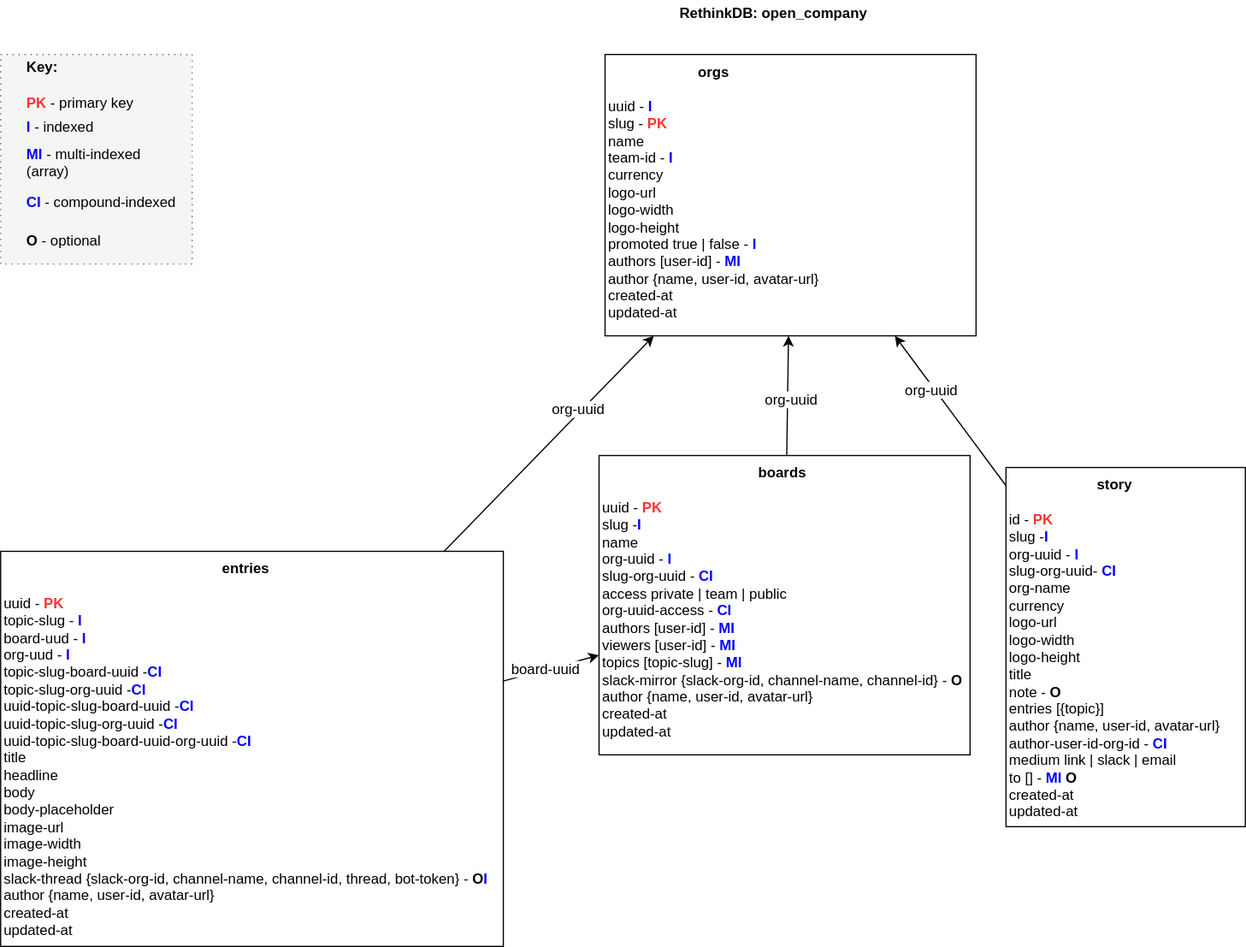
open-company/open-company-storage keeps this draw.io diagram as docs/Storage-Schema.svg. Above is the earlier version. Source tidied: cells renumbered, new cells last; positions are measured from the earlier drawing's top-left corner, leaving out a move shared by most shapes.
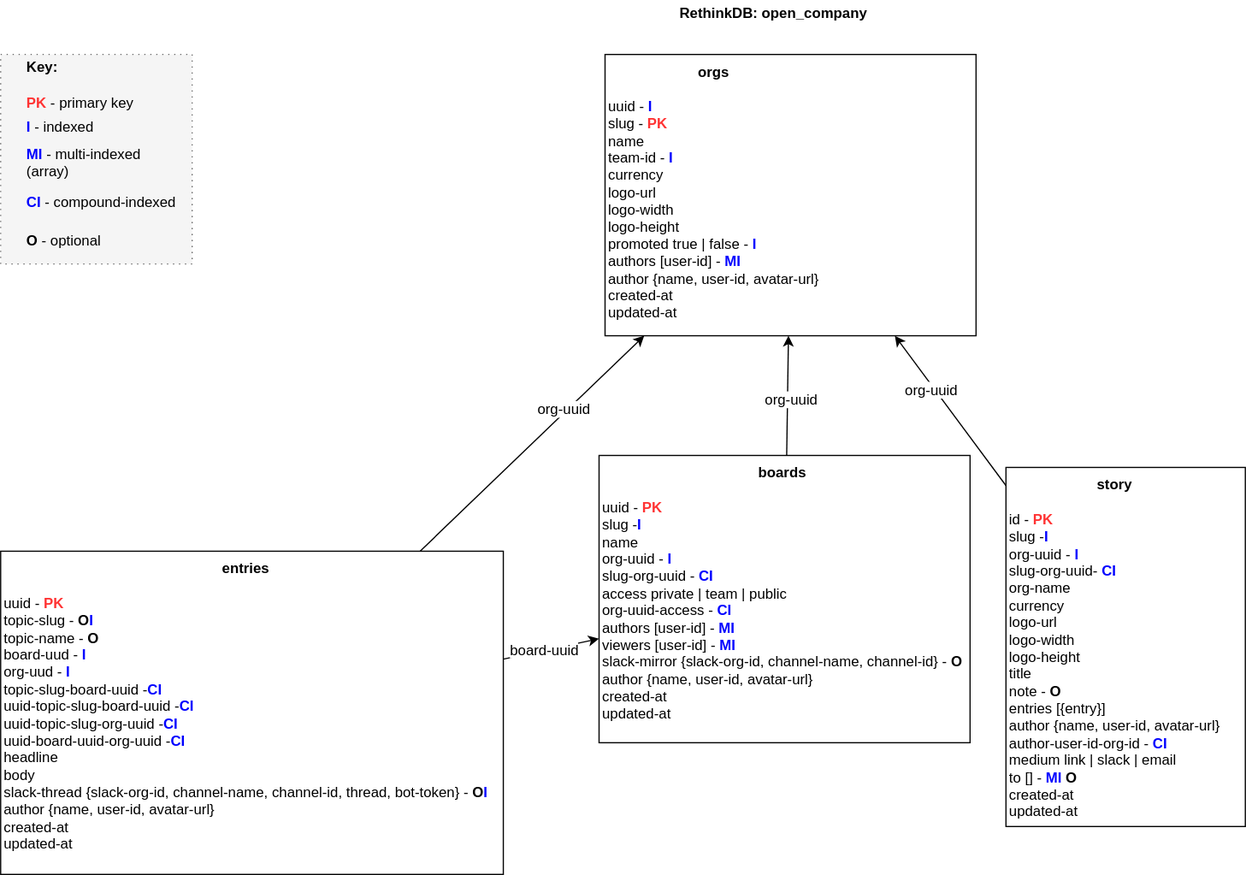
Later version of the same file.

Commit message:
Reset DB schema.

Diff of the diagram source:
```diff
@@ -8,8 +8,8 @@
     <mxCell id="3" value="&lt;div style=&quot;text-align: center&quot;&gt;&lt;font color=&quot;#000000&quot;&gt;&lt;b&gt;orgs&lt;/b&gt;&lt;/font&gt;&lt;/div&gt;&lt;div&gt;&lt;font color=&quot;#000000&quot;&gt;&lt;br&gt;&lt;/font&gt;&lt;/div&gt;&lt;div&gt;uuid - &lt;b&gt;&lt;font color=&quot;#0000ff&quot;&gt;I&lt;/font&gt;&lt;/b&gt;&lt;/div&gt;&lt;div&gt;&lt;font color=&quot;#000000&quot;&gt;slug -&amp;nbsp;&lt;/font&gt;&lt;font color=&quot;#ff3333&quot;&gt;&lt;b&gt;PK&lt;/b&gt;&lt;/font&gt;&lt;/div&gt;&lt;div&gt;&lt;font color=&quot;#000000&quot;&gt;name&lt;/font&gt;&lt;/div&gt;&lt;div&gt;&lt;font color=&quot;#000000&quot;&gt;team-id -&amp;nbsp;&lt;/font&gt;&lt;font color=&quot;#0000ff&quot;&gt;&lt;b&gt;I&lt;/b&gt;&lt;/font&gt;&lt;/div&gt;&lt;div&gt;currency&lt;/div&gt;&lt;div&gt;logo-url&lt;/div&gt;&lt;div&gt;logo-width&lt;/div&gt;&lt;div&gt;logo-height&lt;/div&gt;&lt;div&gt;&lt;div&gt;promoted true | false -&amp;nbsp;&lt;b&gt;&lt;font color=&quot;#0000ff&quot;&gt;I&lt;/font&gt;&lt;/b&gt;&lt;/div&gt;&lt;/div&gt;&lt;div&gt;&lt;span&gt;authors [user-id] - &lt;/span&gt;&lt;b&gt;&lt;font color=&quot;#0000ff&quot;&gt;MI&lt;/font&gt;&lt;/b&gt;&lt;br&gt;&lt;/div&gt;&lt;div&gt;author {name, user-id, avatar-url}&lt;/div&gt;&lt;div&gt;&lt;span&gt;created-at&lt;/span&gt;&lt;br&gt;&lt;/div&gt;&lt;div&gt;&lt;font color=&quot;#000000&quot;&gt;updated-at&lt;/font&gt;&lt;/div&gt;" style="whiteSpace=wrap;html=1;fontSize=12;fontColor=#000000;align=left;verticalAlign=top;" parent="1" vertex="1">
       <mxGeometry x="505" y="45" width="310" height="235" as="geometry" />
     </mxCell>
-    <mxCell id="4" value="&lt;div style=&quot;text-align: center&quot;&gt;&lt;div style=&quot;text-align: center&quot;&gt;&lt;div&gt;&lt;font color=&quot;#000000&quot;&gt;&lt;b&gt;boards&lt;/b&gt;&lt;/font&gt;&lt;/div&gt;&lt;div&gt;&lt;font color=&quot;#000000&quot;&gt;&lt;br&gt;&lt;/font&gt;&lt;/div&gt;&lt;div style=&quot;text-align: left&quot;&gt;&lt;font color=&quot;#000000&quot;&gt;uuid -&amp;nbsp;&lt;/font&gt;&lt;font color=&quot;#ff3333&quot;&gt;&lt;b&gt;PK&lt;/b&gt;&lt;/font&gt;&lt;br&gt;&lt;/div&gt;&lt;div style=&quot;text-align: left&quot;&gt;slug -&lt;b&gt;&lt;font color=&quot;#0000ff&quot;&gt;I&lt;/font&gt;&lt;/b&gt;&lt;/div&gt;&lt;div style=&quot;text-align: left&quot;&gt;&lt;font color=&quot;#000000&quot;&gt;name&lt;/font&gt;&lt;/div&gt;&lt;div style=&quot;text-align: left&quot;&gt;&lt;font color=&quot;#000000&quot;&gt;org-uuid -&amp;nbsp;&lt;/font&gt;&lt;font color=&quot;#0000ff&quot;&gt;&lt;b&gt;I&lt;/b&gt;&lt;/font&gt;&lt;/div&gt;&lt;div style=&quot;text-align: left&quot;&gt;slug-org-uuid -&lt;b&gt;&amp;nbsp;&lt;font color=&quot;#0000ff&quot;&gt;CI&lt;/font&gt;&lt;/b&gt;&lt;/div&gt;&lt;div style=&quot;text-align: left&quot;&gt;access private | team | public&lt;/div&gt;&lt;div style=&quot;text-align: left&quot;&gt;org-uuid-access -&amp;nbsp;&lt;b&gt;&lt;font color=&quot;#0000ff&quot;&gt;CI&lt;/font&gt;&lt;/b&gt;&lt;/div&gt;&lt;div style=&quot;text-align: left&quot;&gt;&lt;span&gt;authors&amp;nbsp;&lt;/span&gt;&lt;span&gt;[user-id] -&amp;nbsp;&lt;/span&gt;&lt;b&gt;&lt;font color=&quot;#0000ff&quot;&gt;MI&lt;/font&gt;&lt;/b&gt;&lt;br&gt;&lt;/div&gt;&lt;div style=&quot;text-align: left&quot;&gt;viewers [user-id] -&amp;nbsp;&lt;b&gt;&lt;font color=&quot;#0000ff&quot;&gt;MI&lt;/font&gt;&lt;/b&gt;&lt;/div&gt;&lt;div style=&quot;text-align: left&quot;&gt;topics [topic-slug]&amp;nbsp;&lt;span&gt;-&amp;nbsp;&lt;/span&gt;&lt;b&gt;&lt;font color=&quot;#0000ff&quot;&gt;MI&lt;/font&gt;&lt;/b&gt;&lt;/div&gt;&lt;div style=&quot;text-align: left&quot;&gt;&lt;div&gt;slack-mirror {slack-org-id, channel-name, channel-id} -&amp;nbsp;&lt;b&gt;O&lt;/b&gt;&lt;/div&gt;&lt;/div&gt;&lt;div style=&quot;text-align: left&quot;&gt;&lt;span&gt;author {name, user-id, avatar-url}&lt;/span&gt;&lt;br&gt;&lt;/div&gt;&lt;div style=&quot;text-align: left&quot;&gt;created-at&lt;br&gt;&lt;/div&gt;&lt;div style=&quot;text-align: left&quot;&gt;&lt;font color=&quot;#000000&quot;&gt;updated-at&lt;/font&gt;&lt;/div&gt;&lt;/div&gt;&lt;/div&gt;" style="whiteSpace=wrap;html=1;fontSize=12;fontColor=#000000;align=left;verticalAlign=top;" parent="1" vertex="1">
-      <mxGeometry x="500" y="380" width="310" height="250" as="geometry" />
+    <mxCell id="4" value="&lt;div style=&quot;text-align: center&quot;&gt;&lt;div style=&quot;text-align: center&quot;&gt;&lt;div&gt;&lt;font color=&quot;#000000&quot;&gt;&lt;b&gt;boards&lt;/b&gt;&lt;/font&gt;&lt;/div&gt;&lt;div&gt;&lt;font color=&quot;#000000&quot;&gt;&lt;br&gt;&lt;/font&gt;&lt;/div&gt;&lt;div style=&quot;text-align: left&quot;&gt;&lt;font color=&quot;#000000&quot;&gt;uuid -&amp;nbsp;&lt;/font&gt;&lt;font color=&quot;#ff3333&quot;&gt;&lt;b&gt;PK&lt;/b&gt;&lt;/font&gt;&lt;br&gt;&lt;/div&gt;&lt;div style=&quot;text-align: left&quot;&gt;slug -&lt;b&gt;&lt;font color=&quot;#0000ff&quot;&gt;I&lt;/font&gt;&lt;/b&gt;&lt;/div&gt;&lt;div style=&quot;text-align: left&quot;&gt;&lt;font color=&quot;#000000&quot;&gt;name&lt;/font&gt;&lt;/div&gt;&lt;div style=&quot;text-align: left&quot;&gt;&lt;font color=&quot;#000000&quot;&gt;org-uuid -&amp;nbsp;&lt;/font&gt;&lt;font color=&quot;#0000ff&quot;&gt;&lt;b&gt;I&lt;/b&gt;&lt;/font&gt;&lt;/div&gt;&lt;div style=&quot;text-align: left&quot;&gt;slug-org-uuid -&lt;b&gt;&amp;nbsp;&lt;font color=&quot;#0000ff&quot;&gt;CI&lt;/font&gt;&lt;/b&gt;&lt;/div&gt;&lt;div style=&quot;text-align: left&quot;&gt;access private | team | public&lt;/div&gt;&lt;div style=&quot;text-align: left&quot;&gt;org-uuid-access -&amp;nbsp;&lt;b&gt;&lt;font color=&quot;#0000ff&quot;&gt;CI&lt;/font&gt;&lt;/b&gt;&lt;/div&gt;&lt;div style=&quot;text-align: left&quot;&gt;&lt;span&gt;authors&amp;nbsp;&lt;/span&gt;&lt;span&gt;[user-id] -&amp;nbsp;&lt;/span&gt;&lt;b&gt;&lt;font color=&quot;#0000ff&quot;&gt;MI&lt;/font&gt;&lt;/b&gt;&lt;br&gt;&lt;/div&gt;&lt;div style=&quot;text-align: left&quot;&gt;viewers [user-id] -&amp;nbsp;&lt;b&gt;&lt;font color=&quot;#0000ff&quot;&gt;MI&lt;/font&gt;&lt;/b&gt;&lt;/div&gt;&lt;div style=&quot;text-align: left&quot;&gt;&lt;div&gt;slack-mirror {slack-org-id, channel-name, channel-id} -&amp;nbsp;&lt;b&gt;O&lt;/b&gt;&lt;/div&gt;&lt;/div&gt;&lt;div style=&quot;text-align: left&quot;&gt;&lt;span&gt;author {name, user-id, avatar-url}&lt;/span&gt;&lt;br&gt;&lt;/div&gt;&lt;div style=&quot;text-align: left&quot;&gt;created-at&lt;br&gt;&lt;/div&gt;&lt;div style=&quot;text-align: left&quot;&gt;&lt;font color=&quot;#000000&quot;&gt;updated-at&lt;/font&gt;&lt;/div&gt;&lt;/div&gt;&lt;/div&gt;" style="whiteSpace=wrap;html=1;fontSize=12;fontColor=#000000;align=left;verticalAlign=top;" parent="1" vertex="1">
+      <mxGeometry x="500" y="380" width="310" height="240" as="geometry" />
     </mxCell>
     <mxCell id="5" style="endArrow=classic;html=1;strokeColor=#000000;fontSize=12;fontColor=#000000;" parent="1" edge="1" source="4" target="3">
       <mxGeometry relative="1" as="geometry" />
@@ -17,7 +17,7 @@
     <mxCell id="6" value="org-uuid" style="text;html=1;align=center;verticalAlign=middle;labelBackgroundColor=#ffffff;fontSize=12;fontColor=#000000;" parent="5" vertex="1">
       <mxGeometry x="-0.04" y="-3" relative="1" as="geometry" />
     </mxCell>
-    <mxCell id="7" value="&lt;div style=&quot;text-align: center&quot;&gt;&lt;div&gt;&lt;font color=&quot;#000000&quot;&gt;&lt;b&gt;story&lt;/b&gt;&lt;/font&gt;&lt;/div&gt;&lt;div&gt;&lt;font color=&quot;#000000&quot;&gt;&lt;br&gt;&lt;/font&gt;&lt;/div&gt;&lt;div style=&quot;text-align: left&quot;&gt;&lt;font color=&quot;#000000&quot;&gt;id -&amp;nbsp;&lt;/font&gt;&lt;font color=&quot;#ff3333&quot;&gt;&lt;b&gt;PK&lt;/b&gt;&lt;/font&gt;&lt;br&gt;&lt;/div&gt;&lt;div style=&quot;text-align: left&quot;&gt;slug -&lt;b&gt;&lt;font color=&quot;#0000ff&quot;&gt;I&lt;/font&gt;&lt;/b&gt;&lt;/div&gt;&lt;div style=&quot;text-align: left&quot;&gt;&lt;span&gt;org-uuid&lt;/span&gt;&lt;font color=&quot;#000000&quot;&gt;&amp;nbsp;-&amp;nbsp;&lt;/font&gt;&lt;font color=&quot;#0000ff&quot;&gt;&lt;b&gt;I&lt;/b&gt;&lt;/font&gt;&lt;br&gt;&lt;/div&gt;&lt;div style=&quot;text-align: left&quot;&gt;&lt;span&gt;slug-org-uuid&lt;/span&gt;&lt;font color=&quot;#000000&quot;&gt;-&amp;nbsp;&lt;/font&gt;&lt;font color=&quot;#0000ff&quot;&gt;&lt;b&gt;CI&lt;/b&gt;&lt;/font&gt;&lt;/div&gt;&lt;div style=&quot;text-align: left&quot;&gt;org-name&lt;/div&gt;&lt;div style=&quot;text-align: left&quot;&gt;currency&lt;/div&gt;&lt;div style=&quot;text-align: left&quot;&gt;logo-url&lt;/div&gt;&lt;div style=&quot;text-align: left&quot;&gt;logo-width&lt;/div&gt;&lt;div style=&quot;text-align: left&quot;&gt;logo-height&lt;/div&gt;&lt;div style=&quot;text-align: left&quot;&gt;title&lt;/div&gt;&lt;div style=&quot;text-align: left&quot;&gt;note&amp;nbsp;&lt;font color=&quot;#000000&quot;&gt;-&amp;nbsp;&lt;/font&gt;&lt;b&gt;O&lt;/b&gt;&lt;/div&gt;&lt;div style=&quot;text-align: left&quot;&gt;entries [{topic}]&lt;/div&gt;&lt;div style=&quot;text-align: left&quot;&gt;&lt;span&gt;author {name, user-id, avatar-url}&lt;/span&gt;&lt;br&gt;&lt;/div&gt;&lt;div style=&quot;text-align: left&quot;&gt;author-user-id-org-id - &lt;b&gt;&lt;font color=&quot;#0000ff&quot;&gt;CI&lt;/font&gt;&lt;/b&gt;&lt;/div&gt;&lt;div style=&quot;text-align: left&quot;&gt;medium link | slack | email&lt;/div&gt;&lt;div style=&quot;text-align: left&quot;&gt;to []&amp;nbsp;&lt;font color=&quot;#000000&quot;&gt;-&amp;nbsp;&lt;/font&gt;&lt;b&gt;&lt;font color=&quot;#0000ff&quot;&gt;MI &lt;/font&gt;O&lt;/b&gt;&lt;/div&gt;&lt;div style=&quot;text-align: left&quot;&gt;&lt;span&gt;created-at&lt;/span&gt;&lt;br&gt;&lt;/div&gt;&lt;div style=&quot;text-align: left&quot;&gt;&lt;font color=&quot;#000000&quot;&gt;updated-at&lt;/font&gt;&lt;/div&gt;&lt;/div&gt;" style="whiteSpace=wrap;html=1;fontSize=12;fontColor=#000000;align=left;verticalAlign=top;" parent="1" vertex="1">
+    <mxCell id="7" value="&lt;div style=&quot;text-align: center&quot;&gt;&lt;div&gt;&lt;font color=&quot;#000000&quot;&gt;&lt;b&gt;story&lt;/b&gt;&lt;/font&gt;&lt;/div&gt;&lt;div&gt;&lt;font color=&quot;#000000&quot;&gt;&lt;br&gt;&lt;/font&gt;&lt;/div&gt;&lt;div style=&quot;text-align: left&quot;&gt;&lt;font color=&quot;#000000&quot;&gt;id -&amp;nbsp;&lt;/font&gt;&lt;font color=&quot;#ff3333&quot;&gt;&lt;b&gt;PK&lt;/b&gt;&lt;/font&gt;&lt;br&gt;&lt;/div&gt;&lt;div style=&quot;text-align: left&quot;&gt;slug -&lt;b&gt;&lt;font color=&quot;#0000ff&quot;&gt;I&lt;/font&gt;&lt;/b&gt;&lt;/div&gt;&lt;div style=&quot;text-align: left&quot;&gt;&lt;span&gt;org-uuid&lt;/span&gt;&lt;font color=&quot;#000000&quot;&gt;&amp;nbsp;-&amp;nbsp;&lt;/font&gt;&lt;font color=&quot;#0000ff&quot;&gt;&lt;b&gt;I&lt;/b&gt;&lt;/font&gt;&lt;br&gt;&lt;/div&gt;&lt;div style=&quot;text-align: left&quot;&gt;&lt;span&gt;slug-org-uuid&lt;/span&gt;&lt;font color=&quot;#000000&quot;&gt;-&amp;nbsp;&lt;/font&gt;&lt;font color=&quot;#0000ff&quot;&gt;&lt;b&gt;CI&lt;/b&gt;&lt;/font&gt;&lt;/div&gt;&lt;div style=&quot;text-align: left&quot;&gt;org-name&lt;/div&gt;&lt;div style=&quot;text-align: left&quot;&gt;currency&lt;/div&gt;&lt;div style=&quot;text-align: left&quot;&gt;logo-url&lt;/div&gt;&lt;div style=&quot;text-align: left&quot;&gt;logo-width&lt;/div&gt;&lt;div style=&quot;text-align: left&quot;&gt;logo-height&lt;/div&gt;&lt;div style=&quot;text-align: left&quot;&gt;title&lt;/div&gt;&lt;div style=&quot;text-align: left&quot;&gt;note&amp;nbsp;&lt;font color=&quot;#000000&quot;&gt;-&amp;nbsp;&lt;/font&gt;&lt;b&gt;O&lt;/b&gt;&lt;/div&gt;&lt;div style=&quot;text-align: left&quot;&gt;entries [{entry}]&lt;/div&gt;&lt;div style=&quot;text-align: left&quot;&gt;&lt;span&gt;author {name, user-id, avatar-url}&lt;/span&gt;&lt;br&gt;&lt;/div&gt;&lt;div style=&quot;text-align: left&quot;&gt;author-user-id-org-id - &lt;b&gt;&lt;font color=&quot;#0000ff&quot;&gt;CI&lt;/font&gt;&lt;/b&gt;&lt;/div&gt;&lt;div style=&quot;text-align: left&quot;&gt;medium link | slack | email&lt;/div&gt;&lt;div style=&quot;text-align: left&quot;&gt;to []&amp;nbsp;&lt;font color=&quot;#000000&quot;&gt;-&amp;nbsp;&lt;/font&gt;&lt;b&gt;&lt;font color=&quot;#0000ff&quot;&gt;MI &lt;/font&gt;O&lt;/b&gt;&lt;/div&gt;&lt;div style=&quot;text-align: left&quot;&gt;&lt;span&gt;created-at&lt;/span&gt;&lt;br&gt;&lt;/div&gt;&lt;div style=&quot;text-align: left&quot;&gt;&lt;font color=&quot;#000000&quot;&gt;updated-at&lt;/font&gt;&lt;/div&gt;&lt;/div&gt;" style="whiteSpace=wrap;html=1;fontSize=12;fontColor=#000000;align=left;verticalAlign=top;" parent="1" vertex="1">
       <mxGeometry x="840" y="390" width="200" height="300" as="geometry" />
     </mxCell>
     <mxCell id="8" value="&lt;b&gt;Key:&lt;/b&gt;" style="text;html=1;strokeColor=none;fillColor=none;align=left;verticalAlign=middle;whiteSpace=wrap;" parent="1" vertex="1">
@@ -41,8 +41,8 @@
     <mxCell id="14" value="&lt;div style=&quot;text-align: left&quot;&gt;&lt;b&gt;RethinkDB: open_company&lt;/b&gt;&lt;/div&gt;" style="text;html=1;strokeColor=none;fillColor=none;align=center;verticalAlign=middle;whiteSpace=wrap;dashed=1;dashPattern=1 4;fontSize=12;fontColor=#000000;" parent="1" vertex="1">
       <mxGeometry x="520" width="250" height="20" as="geometry" />
     </mxCell>
-    <mxCell id="15" value="&lt;div style=&quot;text-align: center&quot;&gt;&lt;font color=&quot;#000000&quot;&gt;&lt;b&gt;entries&lt;/b&gt;&lt;/font&gt;&lt;/div&gt;&lt;div&gt;&lt;br&gt;&lt;/div&gt;&lt;div&gt;&lt;font color=&quot;#000000&quot;&gt;uuid -&amp;nbsp;&lt;/font&gt;&lt;font color=&quot;#ff3333&quot;&gt;&lt;b&gt;PK&lt;/b&gt;&lt;/font&gt;&lt;/div&gt;&lt;div&gt;&lt;span&gt;topic-slug -&amp;nbsp;&lt;/span&gt;&lt;b&gt;&lt;font color=&quot;#0000ff&quot;&gt;I&lt;/font&gt;&lt;/b&gt;&lt;/div&gt;&lt;div&gt;&lt;font color=&quot;#000000&quot;&gt;board-uud -&amp;nbsp;&lt;/font&gt;&lt;font color=&quot;#0000ff&quot;&gt;&lt;b&gt;I&lt;/b&gt;&lt;/font&gt;&lt;/div&gt;&lt;div&gt;&lt;font color=&quot;#000000&quot;&gt;org-uud -&amp;nbsp;&lt;/font&gt;&lt;font color=&quot;#0000ff&quot;&gt;&lt;b&gt;I&lt;/b&gt;&lt;/font&gt;&lt;br&gt;&lt;/div&gt;&lt;div&gt;topic-slug-board-uuid&amp;nbsp;&lt;font color=&quot;#000000&quot;&gt;-&lt;/font&gt;&lt;font color=&quot;#0000ff&quot;&gt;&lt;b&gt;CI&lt;/b&gt;&lt;/font&gt;&lt;/div&gt;&lt;div&gt;topic-slug-org-uuid&amp;nbsp;&lt;font color=&quot;#000000&quot;&gt;-&lt;/font&gt;&lt;font color=&quot;#0000ff&quot;&gt;&lt;b&gt;CI&lt;/b&gt;&lt;/font&gt;&lt;/div&gt;&lt;div&gt;&lt;div&gt;&lt;div&gt;uuid-topic-slug-board-uuid&amp;nbsp;&lt;font color=&quot;#000000&quot;&gt;-&lt;/font&gt;&lt;font color=&quot;#0000ff&quot;&gt;&lt;b&gt;CI&lt;/b&gt;&lt;/font&gt;&lt;/div&gt;&lt;div&gt;uuid-topic-slug-org-uuid&amp;nbsp;&lt;font color=&quot;#000000&quot;&gt;-&lt;/font&gt;&lt;font color=&quot;#0000ff&quot;&gt;&lt;b&gt;CI&lt;/b&gt;&lt;/font&gt;&lt;/div&gt;&lt;/div&gt;&lt;/div&gt;&lt;div&gt;&lt;div&gt;uuid-topic-slug-board-uuid-org-uuid&amp;nbsp;&lt;font color=&quot;#000000&quot;&gt;-&lt;/font&gt;&lt;font color=&quot;#0000ff&quot;&gt;&lt;b&gt;CI&lt;/b&gt;&lt;/font&gt;&lt;/div&gt;&lt;/div&gt;&lt;div&gt;&lt;span&gt;title&lt;/span&gt;&lt;br&gt;&lt;/div&gt;&lt;div&gt;&lt;span&gt;headline&lt;/span&gt;&lt;/div&gt;&lt;div&gt;&lt;span&gt;body&lt;/span&gt;&lt;/div&gt;&lt;div&gt;&lt;span&gt;body-placeholder&lt;/span&gt;&lt;/div&gt;&lt;div&gt;&lt;span&gt;image-url&lt;/span&gt;&lt;br&gt;&lt;/div&gt;&lt;div&gt;image-width&lt;/div&gt;&lt;div&gt;image-height&lt;/div&gt;&lt;div&gt;&lt;div&gt;slack-thread {slack-org-id, channel-name, channel-id, thread, bot-token} -&amp;nbsp;&lt;b&gt;O&lt;font color=&quot;#0000ff&quot;&gt;I&lt;/font&gt;&lt;/b&gt;&lt;/div&gt;&lt;/div&gt;&lt;div&gt;&lt;span&gt;author {name, user-id, avatar-url}&lt;/span&gt;&lt;br&gt;&lt;/div&gt;&lt;div&gt;&lt;span&gt;created-at&lt;/span&gt;&lt;br&gt;&lt;/div&gt;&lt;div&gt;&lt;font color=&quot;#000000&quot;&gt;updated-at&lt;/font&gt;&lt;/div&gt;" style="whiteSpace=wrap;html=1;fontSize=12;fontColor=#000000;align=left;verticalAlign=top;" parent="1" vertex="1">
-      <mxGeometry y="460" width="420" height="330" as="geometry" />
+    <mxCell id="15" value="&lt;div style=&quot;text-align: center&quot;&gt;&lt;font color=&quot;#000000&quot;&gt;&lt;b&gt;entries&lt;/b&gt;&lt;/font&gt;&lt;/div&gt;&lt;div&gt;&lt;br&gt;&lt;/div&gt;&lt;div&gt;&lt;font color=&quot;#000000&quot;&gt;uuid -&amp;nbsp;&lt;/font&gt;&lt;font color=&quot;#ff3333&quot;&gt;&lt;b&gt;PK&lt;/b&gt;&lt;/font&gt;&lt;/div&gt;&lt;div&gt;topic-slug - &lt;b&gt;O&lt;/b&gt;&lt;b&gt;&lt;font color=&quot;#0000ff&quot;&gt;I&lt;/font&gt;&lt;/b&gt;&lt;/div&gt;&lt;div&gt;topic-name - &lt;b&gt;O&lt;font color=&quot;#0000ff&quot;&gt;&lt;br&gt;&lt;/font&gt;&lt;/b&gt;&lt;/div&gt;&lt;div&gt;&lt;font color=&quot;#000000&quot;&gt;board-uud -&amp;nbsp;&lt;/font&gt;&lt;font color=&quot;#0000ff&quot;&gt;&lt;b&gt;I&lt;/b&gt;&lt;/font&gt;&lt;/div&gt;&lt;div&gt;&lt;font color=&quot;#000000&quot;&gt;org-uud -&amp;nbsp;&lt;/font&gt;&lt;font color=&quot;#0000ff&quot;&gt;&lt;b&gt;I&lt;/b&gt;&lt;/font&gt;&lt;br&gt;&lt;/div&gt;&lt;div&gt;topic-slug-board-uuid&amp;nbsp;&lt;font color=&quot;#000000&quot;&gt;-&lt;/font&gt;&lt;font color=&quot;#0000ff&quot;&gt;&lt;b&gt;CI&lt;/b&gt;&lt;/font&gt;&lt;/div&gt;&lt;div&gt;&lt;div&gt;&lt;div&gt;uuid-topic-slug-board-uuid&amp;nbsp;&lt;font color=&quot;#000000&quot;&gt;-&lt;/font&gt;&lt;font color=&quot;#0000ff&quot;&gt;&lt;b&gt;CI&lt;/b&gt;&lt;/font&gt;&lt;/div&gt;&lt;div&gt;uuid-topic-slug-org-uuid&amp;nbsp;&lt;font color=&quot;#000000&quot;&gt;-&lt;/font&gt;&lt;font color=&quot;#0000ff&quot;&gt;&lt;b&gt;CI&lt;/b&gt;&lt;/font&gt;&lt;/div&gt;&lt;/div&gt;&lt;/div&gt;&lt;div&gt;&lt;div&gt;uuid-board-uuid-org-uuid&amp;nbsp;&lt;font color=&quot;#000000&quot;&gt;-&lt;/font&gt;&lt;font color=&quot;#0000ff&quot;&gt;&lt;b&gt;CI&lt;/b&gt;&lt;/font&gt;&lt;/div&gt;&lt;/div&gt;&lt;div&gt;&lt;span&gt;headline&lt;/span&gt;&lt;br&gt;&lt;/div&gt;&lt;div&gt;&lt;span&gt;body&lt;/span&gt;&lt;/div&gt;&lt;div&gt;&lt;div&gt;slack-thread {slack-org-id, channel-name, channel-id, thread, bot-token} -&amp;nbsp;&lt;b&gt;O&lt;font color=&quot;#0000ff&quot;&gt;I&lt;/font&gt;&lt;/b&gt;&lt;/div&gt;&lt;/div&gt;&lt;div&gt;&lt;span&gt;author {name, user-id, avatar-url}&lt;/span&gt;&lt;br&gt;&lt;/div&gt;&lt;div&gt;&lt;span&gt;created-at&lt;/span&gt;&lt;br&gt;&lt;/div&gt;&lt;div&gt;&lt;font color=&quot;#000000&quot;&gt;updated-at&lt;/font&gt;&lt;/div&gt;" style="whiteSpace=wrap;html=1;fontSize=12;fontColor=#000000;align=left;verticalAlign=top;" parent="1" vertex="1">
+      <mxGeometry y="460" width="420" height="270" as="geometry" />
     </mxCell>
     <mxCell id="16" style="edgeStyle=orthogonalEdgeStyle;rounded=0;html=1;exitX=1;exitY=0.5;entryX=1;entryY=0.5;endArrow=none;endFill=0;jettySize=auto;orthogonalLoop=1;strokeColor=#000000;fontSize=12;fontColor=#000000;" parent="1" edge="1" source="3" target="3">
       <mxGeometry relative="1" as="geometry" />
```
